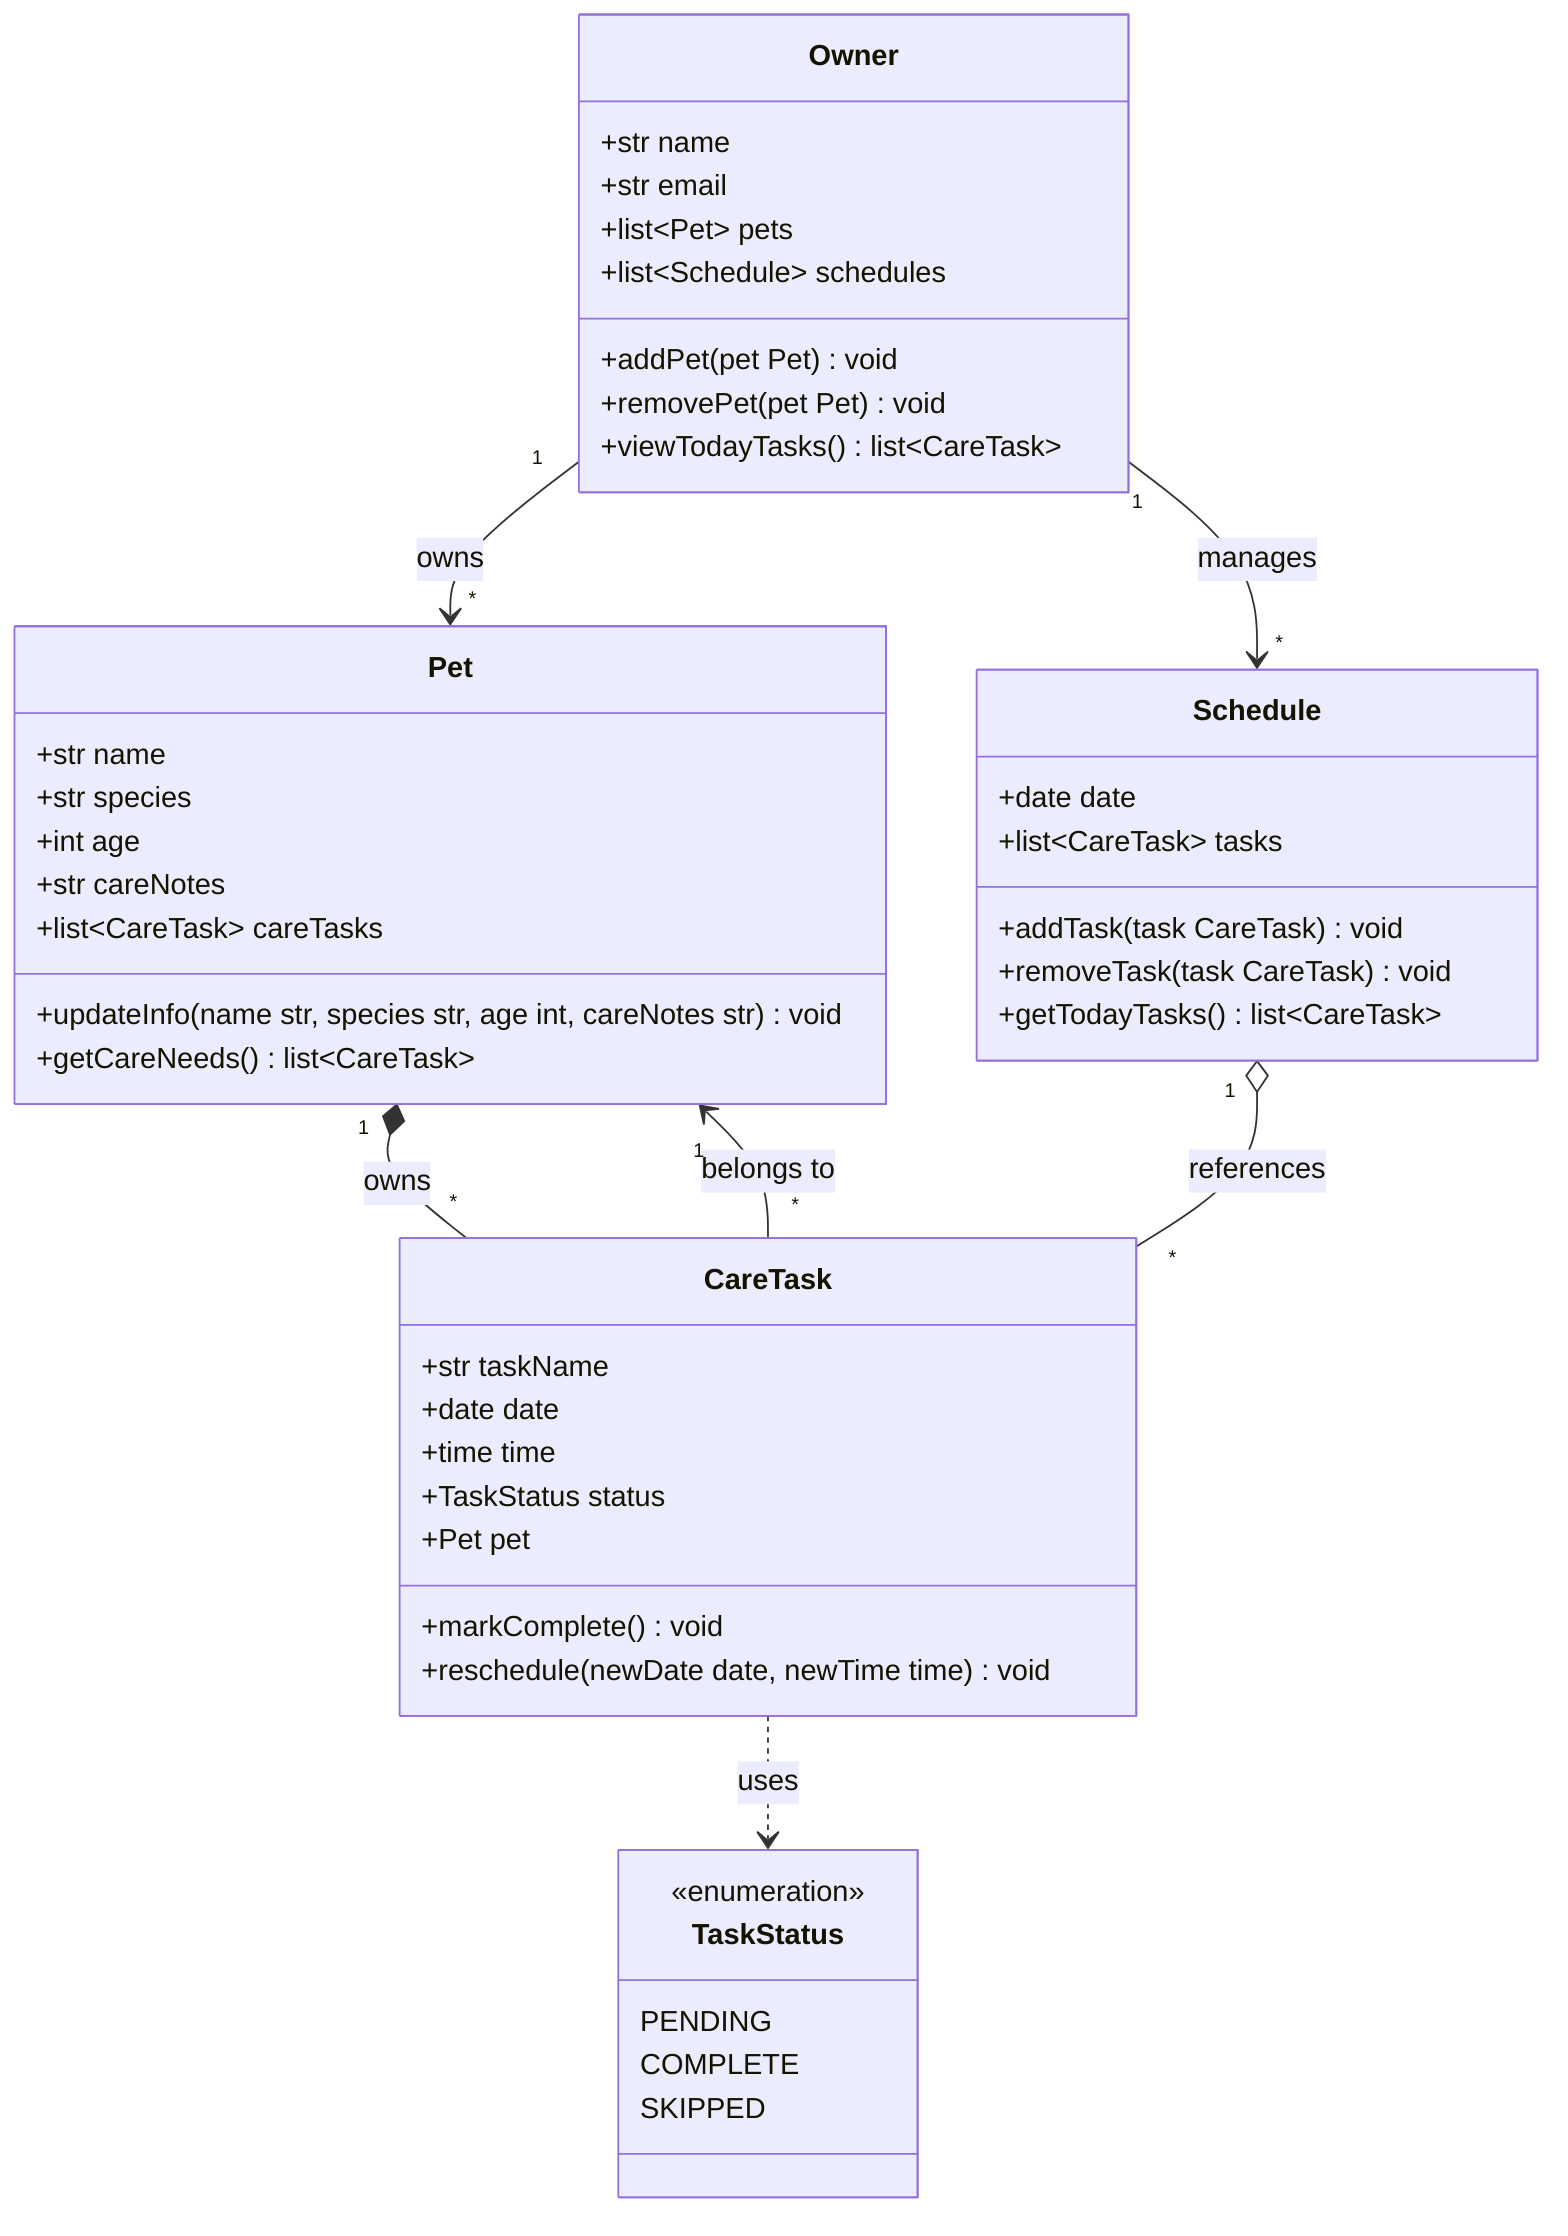
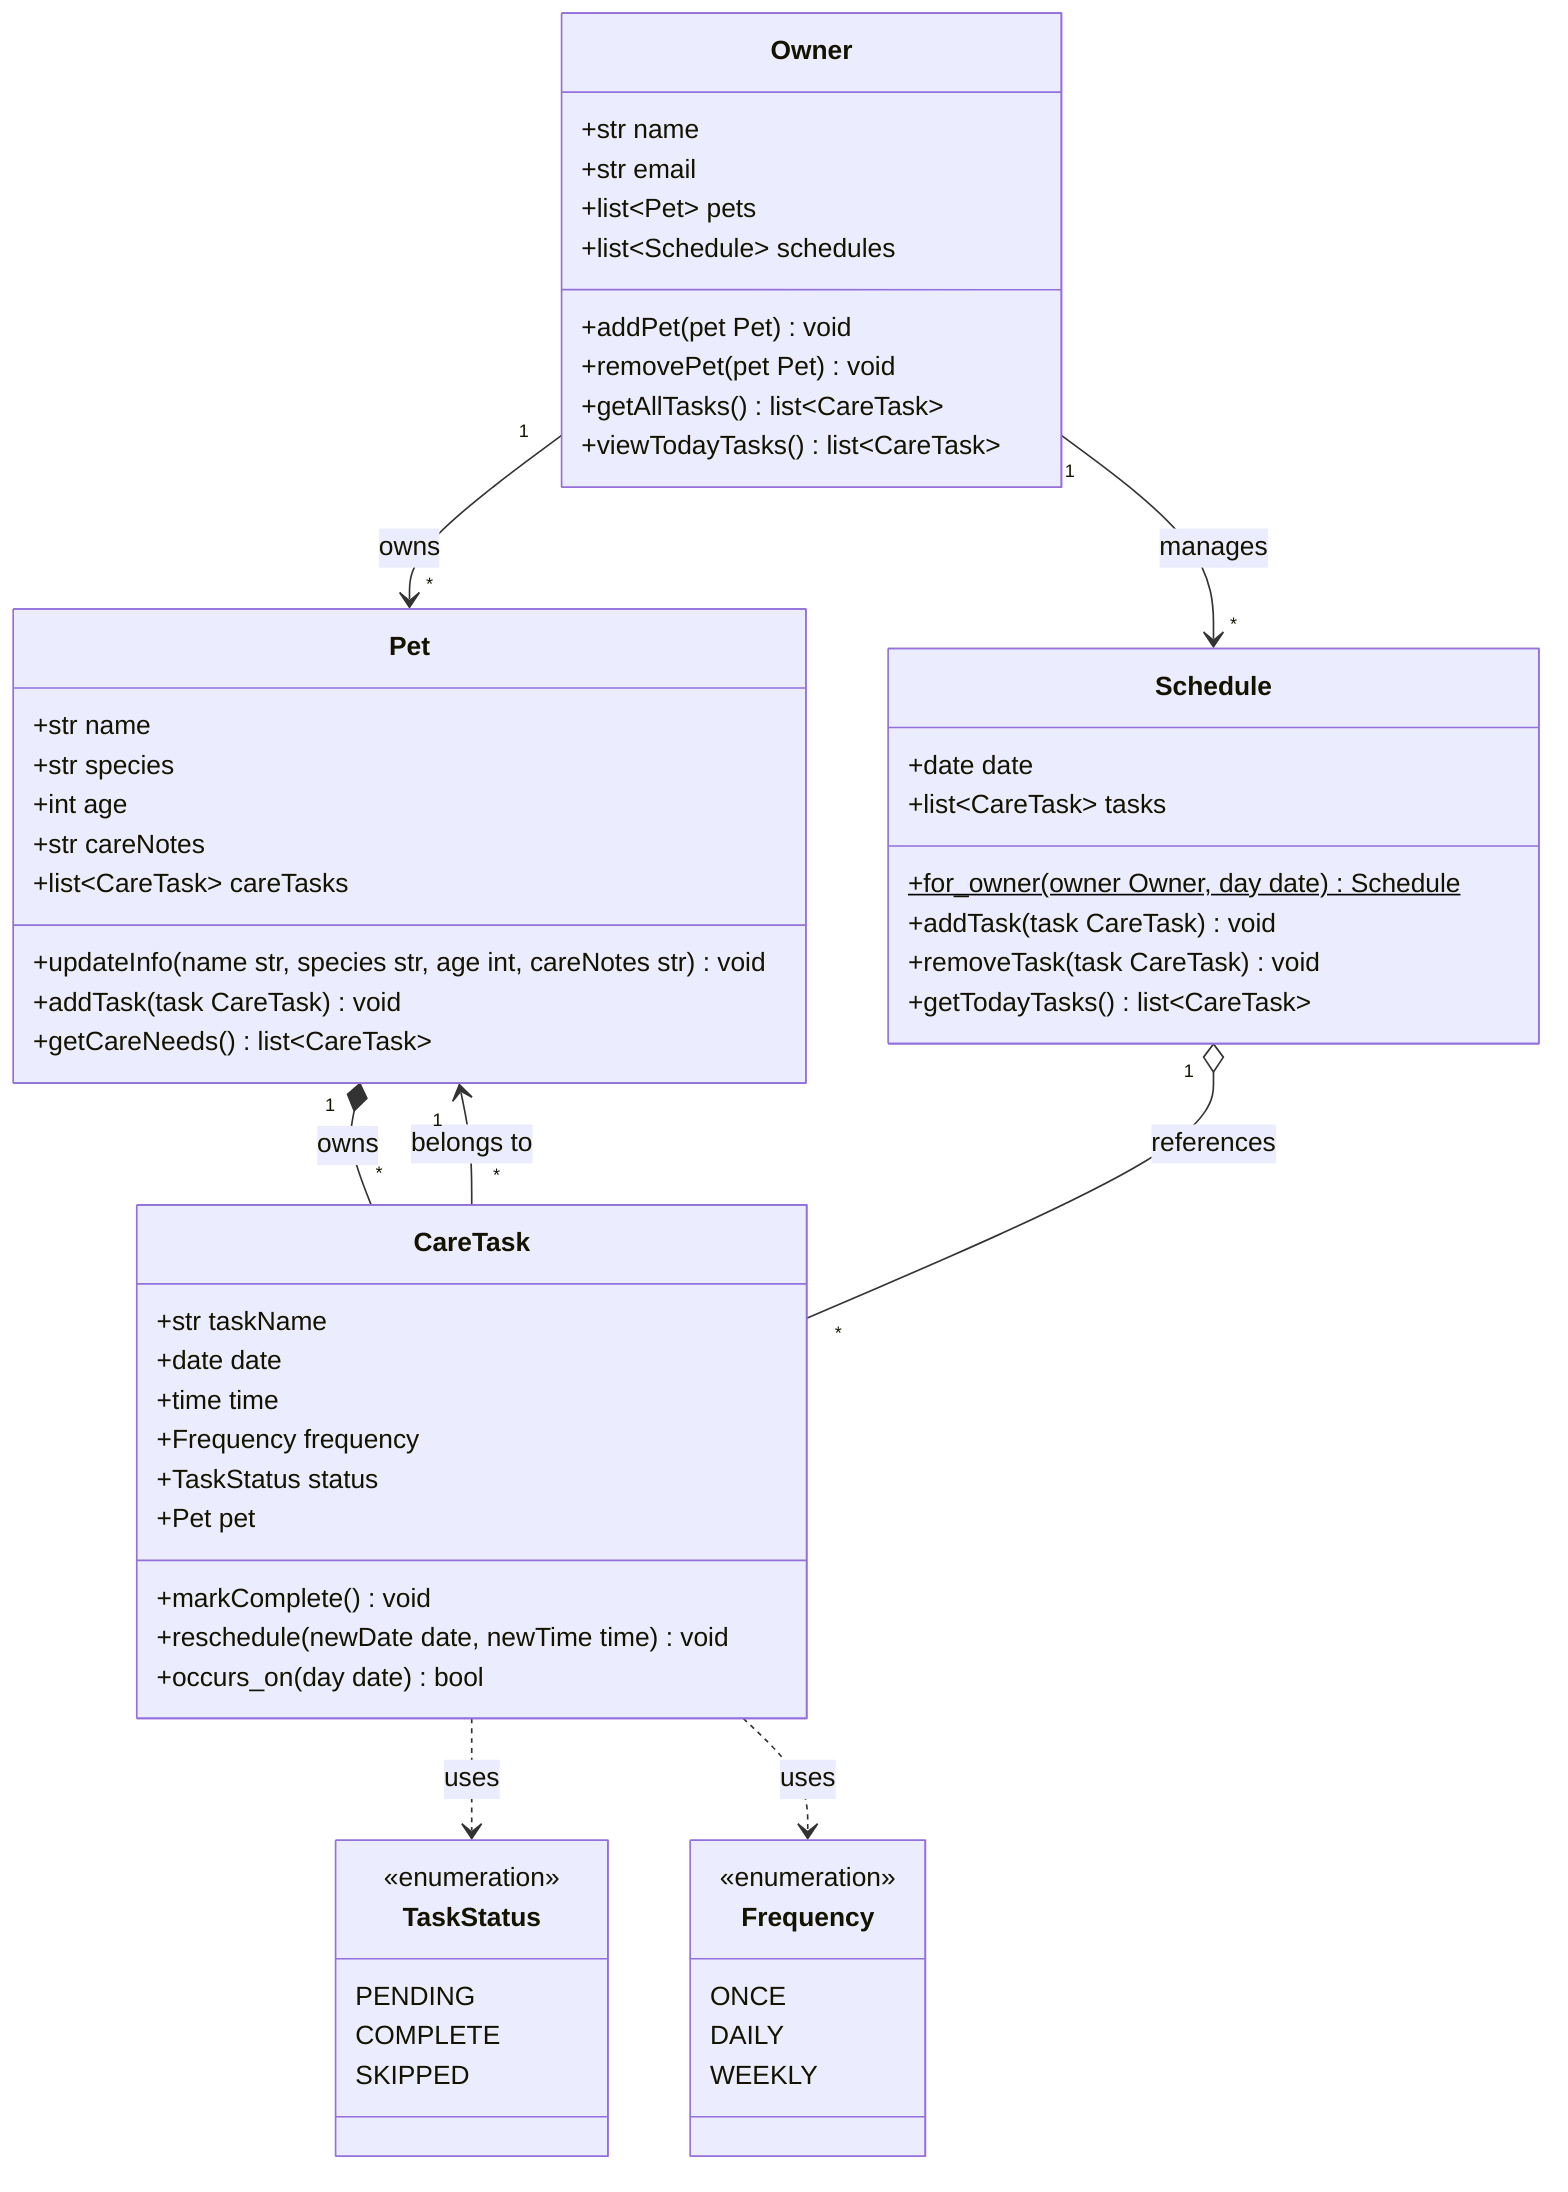
classDiagram
    %% PawPal+ class diagram
    %% Four core classes: Owner, Pet, CareTask, Schedule
    %% Design: a Pet owns its CareTasks (single source of truth);
-     %% a Schedule is a one-day view; an Owner has many Schedules.
+     %% a Schedule is the "brain" that gathers + orders an owner's
+     %% tasks for one day; an Owner has many Schedules.

    class TaskStatus {
        <<enumeration>>
        PENDING
        COMPLETE
        SKIPPED
+     }
+ 
+     class Frequency {
+         <<enumeration>>
+         ONCE
+         DAILY
+         WEEKLY
    }

    class Owner {
        +str name
        +str email
        +list~Pet~ pets
        +list~Schedule~ schedules
        +addPet(pet Pet) void
        +removePet(pet Pet) void
+         +getAllTasks() list~CareTask~
        +viewTodayTasks() list~CareTask~
    }

    class Pet {
        +str name
        +str species
        +int age
        +str careNotes
        +list~CareTask~ careTasks
        +updateInfo(name str, species str, age int, careNotes str) void
+         +addTask(task CareTask) void
        +getCareNeeds() list~CareTask~
    }

    class CareTask {
        +str taskName
        +date date
        +time time
+         +Frequency frequency
        +TaskStatus status
        +Pet pet
        +markComplete() void
        +reschedule(newDate date, newTime time) void
+         +occurs_on(day date) bool
    }

    class Schedule {
        +date date
        +list~CareTask~ tasks
+         +for_owner(owner Owner, day date) Schedule$
        +addTask(task CareTask) void
        +removeTask(task CareTask) void
        +getTodayTasks() list~CareTask~
    }

    Owner "1" --> "*" Pet : owns
    Owner "1" --> "*" Schedule : manages
    Pet "1" *-- "*" CareTask : owns
    CareTask "*" --> "1" Pet : belongs to
    Schedule "1" o-- "*" CareTask : references
    CareTask ..> TaskStatus : uses
+     CareTask ..> Frequency : uses
